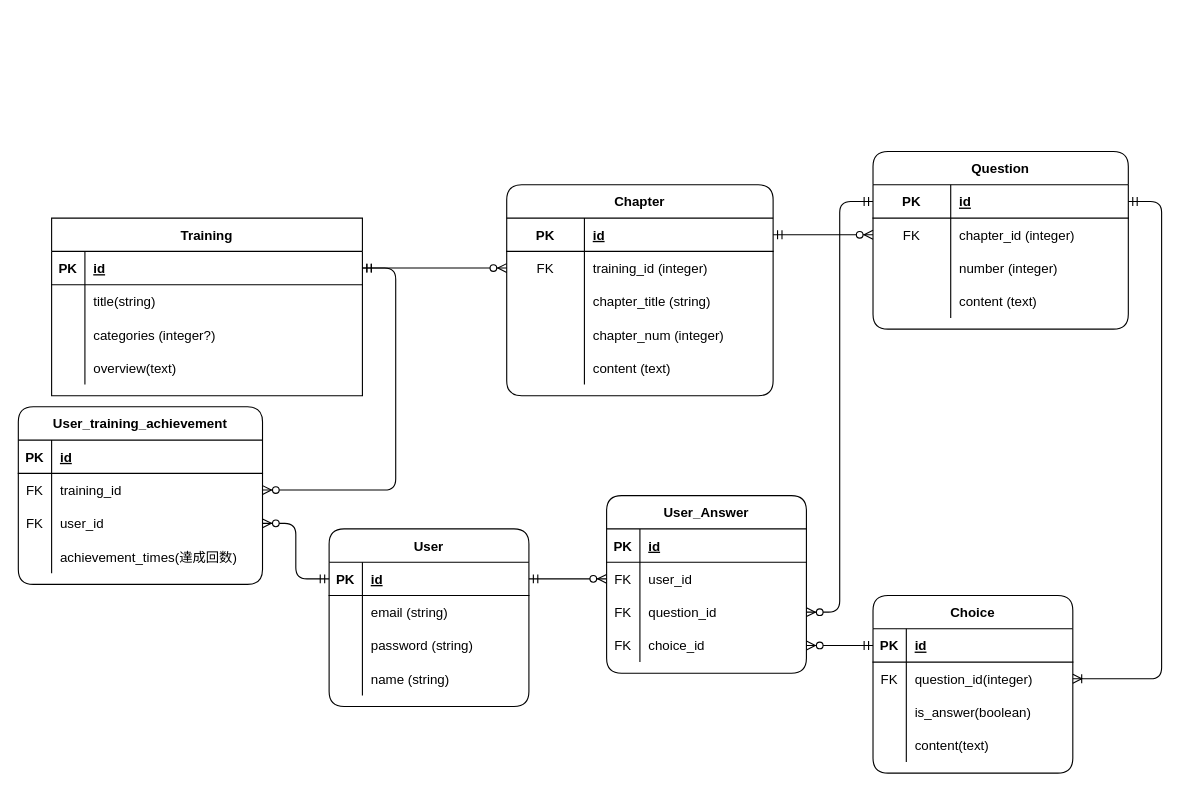
Earlier version of the draw.io diagram page "自分アプリ用" (1 of 3) of models.drawio (Yuluki-10/quiz-app_markdown). Source tidied: cells renumbered, new cells numbered last; positions are measured from the earlier drawing's top-left corner, leaving out a move shared by most shapes. Both pictures are drawn from the tidied source at 111%, with x=0, y=0 at pixel (18, 151).
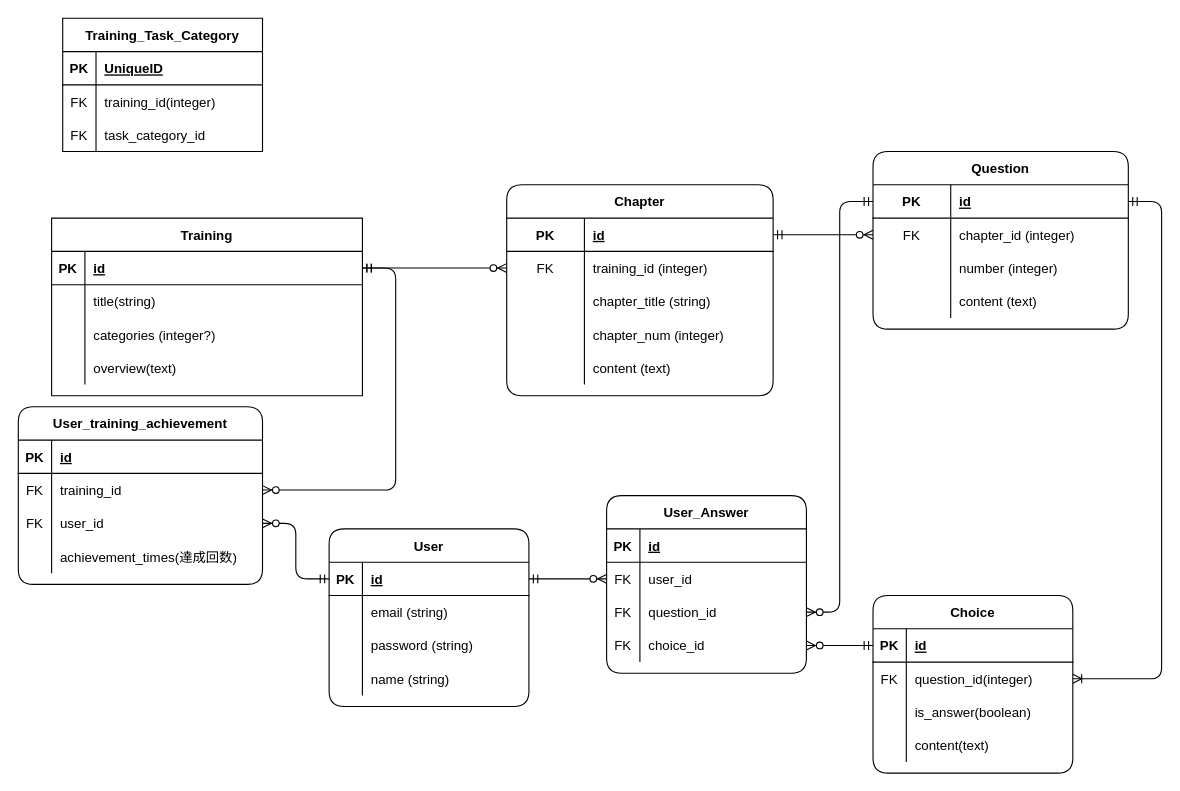
Above is the later version.

Commit message:
モデル更新

What changed in the source:
```diff
@@
+    <mxCell id="104" value="Training_Task_Category" style="shape=table;startSize=30;childLayout=tableLayout;rowLines=0;fontStyle=1;align=center;" parent="1" vertex="1">
+      <mxGeometry x="40" y="-120" width="180" height="120" as="geometry" />
+    </mxCell>
+    <mxCell id="105" style="shape=tableRow;horizontal=0;startSize=0;swimlaneHead=0;swimlaneBody=0;fillColor=none;top=0;left=0;right=0;bottom=1;" parent="104" vertex="1">
+      <mxGeometry y="30" width="180" height="30" as="geometry" />
+    </mxCell>
+    <mxCell id="106" value="PK" style="shape=partialRectangle;fillColor=none;top=0;left=0;bottom=0;right=0;fontStyle=1;overflow=hidden;" parent="105" vertex="1">
+      <mxGeometry width="30" height="30" as="geometry" />
+    </mxCell>
+    <mxCell id="107" value="UniqueID" style="shape=partialRectangle;fillColor=none;top=0;left=0;bottom=0;right=0;align=left;spacingLeft=6;fontStyle=5;overflow=hidden;" parent="105" vertex="1">
+      <mxGeometry x="30" width="150" height="30" as="geometry" />
+    </mxCell>
+    <mxCell id="108" style="shape=tableRow;horizontal=0;startSize=0;swimlaneHead=0;swimlaneBody=0;fillColor=none;top=0;left=0;right=0;bottom=0;" parent="104" vertex="1">
+      <mxGeometry y="60" width="180" height="30" as="geometry" />
+    </mxCell>
+    <mxCell id="109" value="FK" style="shape=partialRectangle;fillColor=none;top=0;left=0;bottom=0;right=0;overflow=hidden;" parent="108" vertex="1">
+      <mxGeometry width="30" height="30" as="geometry" />
+    </mxCell>
+    <mxCell id="110" value="training_id(integer)" style="shape=partialRectangle;fillColor=none;top=0;left=0;bottom=0;right=0;align=left;spacingLeft=6;overflow=hidden;" parent="108" vertex="1">
+      <mxGeometry x="30" width="150" height="30" as="geometry" />
+    </mxCell>
+    <mxCell id="111" style="shape=tableRow;horizontal=0;startSize=0;swimlaneHead=0;swimlaneBody=0;fillColor=none;top=0;left=0;right=0;bottom=0;" parent="104" vertex="1">
+      <mxGeometry y="90" width="180" height="30" as="geometry" />
+    </mxCell>
+    <mxCell id="112" value="FK" style="shape=partialRectangle;fillColor=none;top=0;left=0;bottom=0;right=0;overflow=hidden;" parent="111" vertex="1">
+      <mxGeometry width="30" height="30" as="geometry" />
+    </mxCell>
+    <mxCell id="113" value="task_category_id" style="shape=partialRectangle;fillColor=none;top=0;left=0;bottom=0;right=0;align=left;spacingLeft=6;overflow=hidden;" parent="111" vertex="1">
+      <mxGeometry x="30" width="150" height="30" as="geometry" />
+    </mxCell>
```
